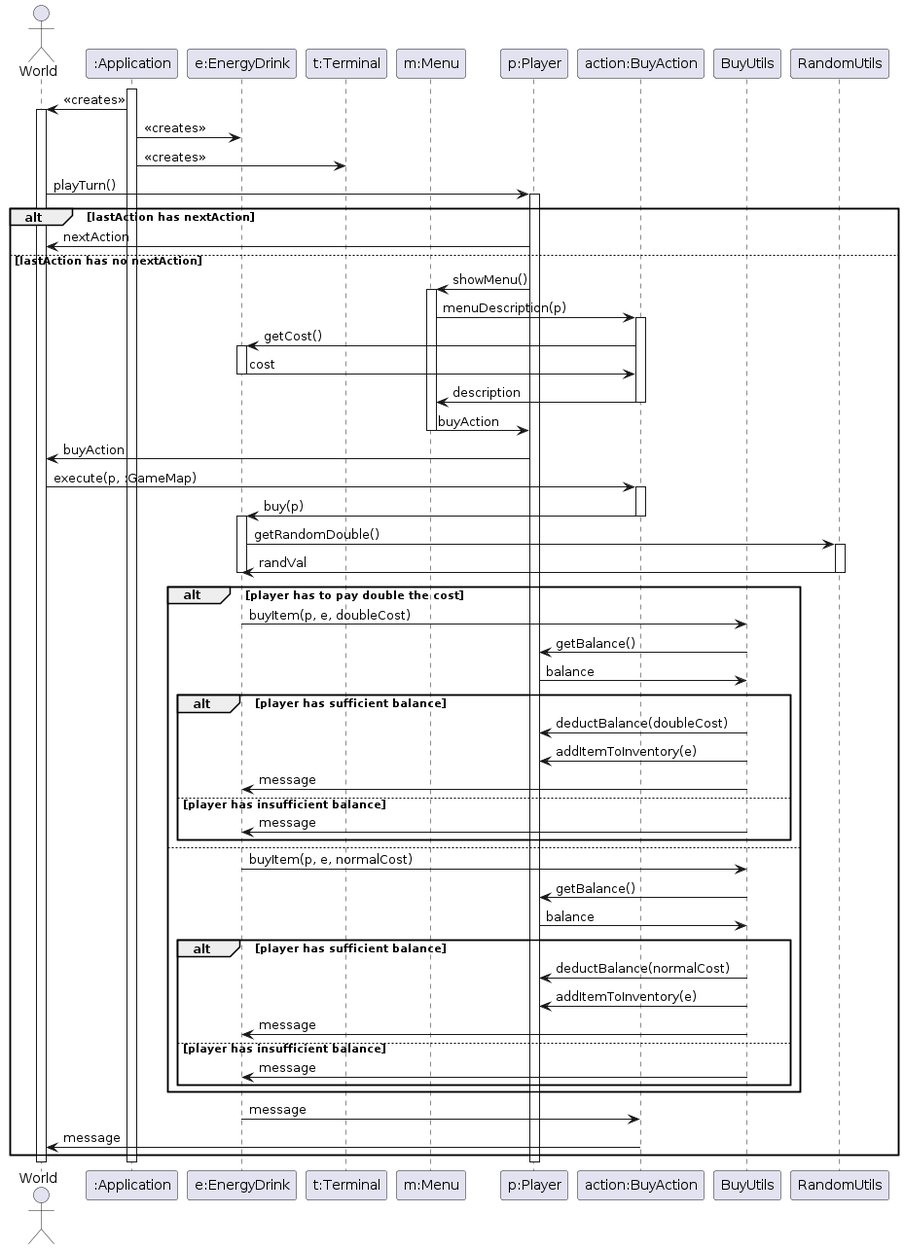
This is docs/design/assignment2/req04_sequence_uml.png from BryanChow0112/StaticFactory, a PlantUML export, as it was before one commit.
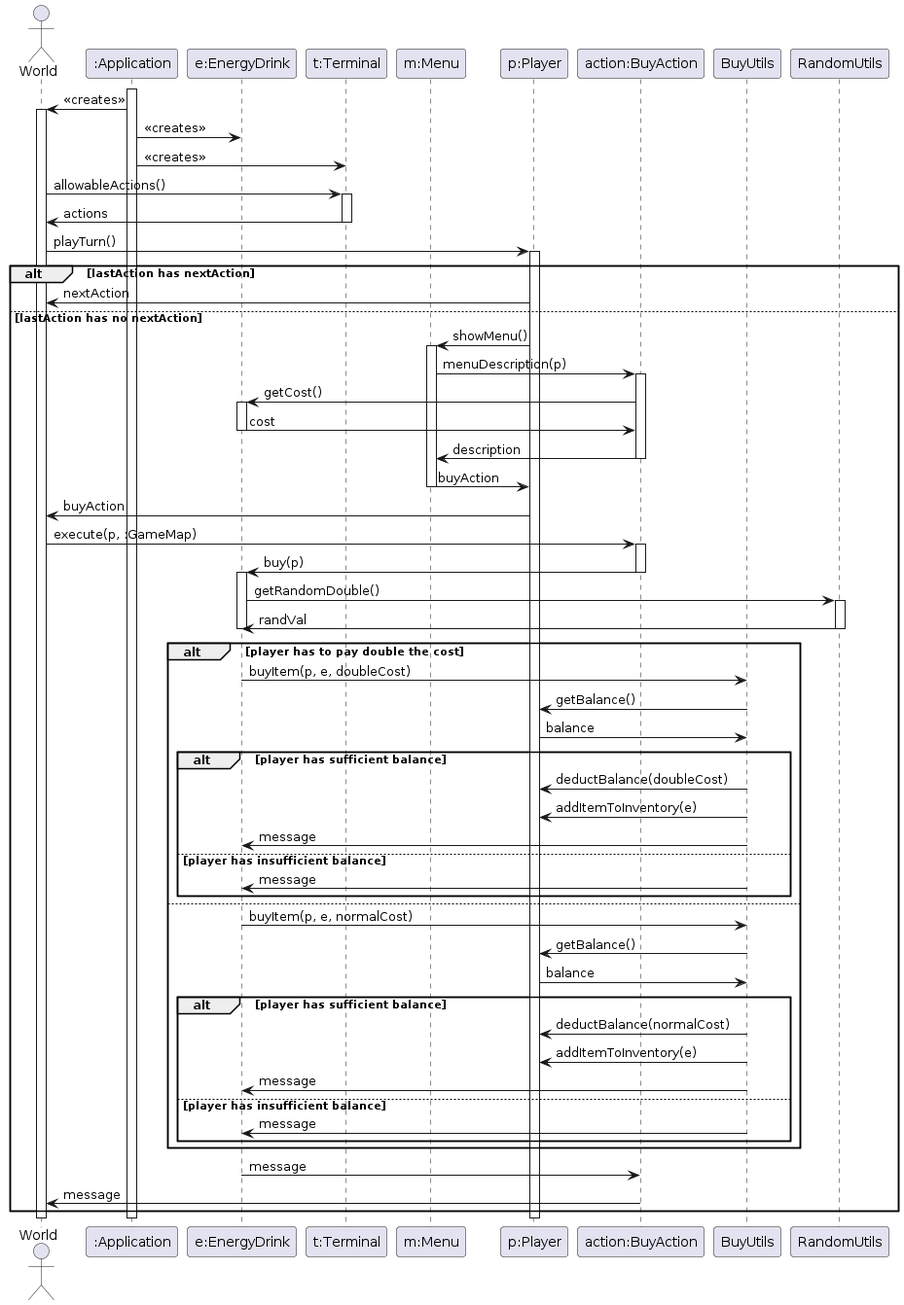
After the commit.

Commit message:
lachlanmacphee: add terminal allowable actions to sequence diagram

Diff of the diagram source:
```diff
@@ -12,8 +12,14 @@
 activate ":Application"
 ":Application" -> World: <<creates>>
 activate World
+
 ":Application" -> "e:EnergyDrink": <<creates>>
 ":Application" -> "t:Terminal": <<creates>>
+
+World -> "t:Terminal": allowableActions()
+activate "t:Terminal"
+"t:Terminal" -> World: actions
+deactivate "t:Terminal"
 
 World -> "p:Player": playTurn()
 activate "p:Player"
```
